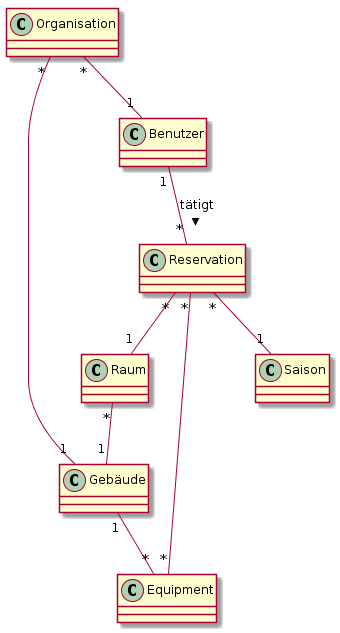
Above: doc/uml/DomainModel.png in BFH-SoED-due1/white (PlantUML), before the change.
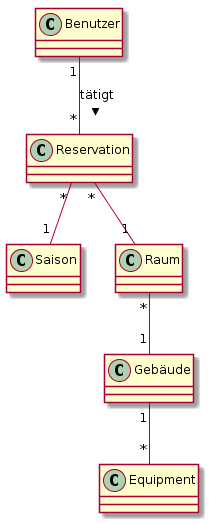
Above is the later version.

Change to the diagram source:
```diff
@@ -1,9 +1,6 @@
 @startuml
-Organisation "*" -- "1" Gebäude
-Organisation "*" -- "1" Benutzer
 Benutzer "1"   -- "*" Reservation : tätigt >
 Reservation "*" -- "1" Saison
-Reservation "*" -- "*" Equipment
 Reservation "*" -- "1" Raum
 Raum "*" -- "1"  Gebäude
 Gebäude "1" -- "*" Equipment
```
